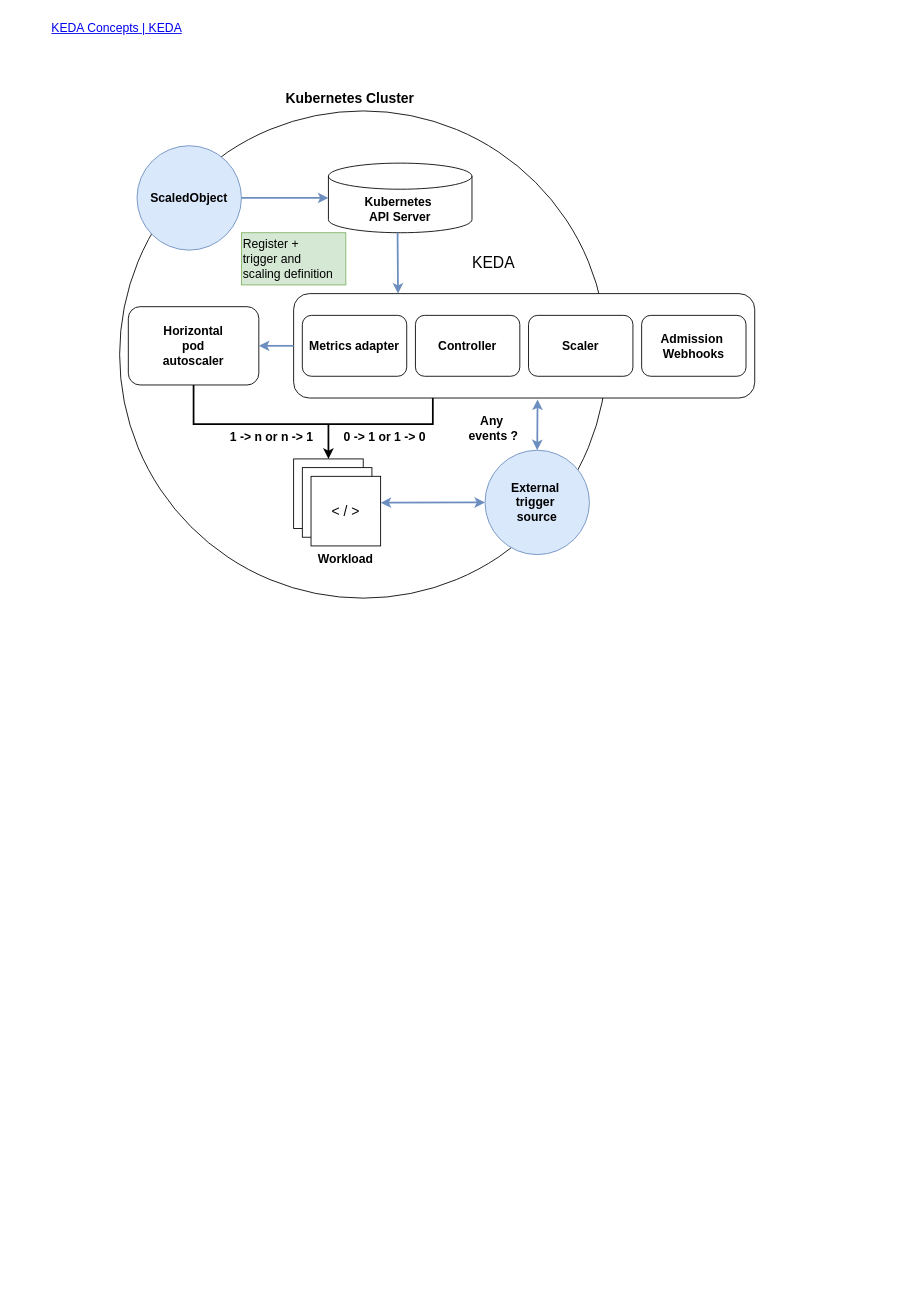
tyk1hc/drawio keeps this draw.io diagram as AKS/KubernetesEventDrivenAutoscaler.drawio. Above is the earlier version. Source tidied: cells renumbered, new cells numbered last; positions are measured from the earlier drawing's top-left corner, leaving out a move shared by most shapes. Both pictures are drawn from the tidied source at 87%, with x=0, y=0 at pixel (50, 15).
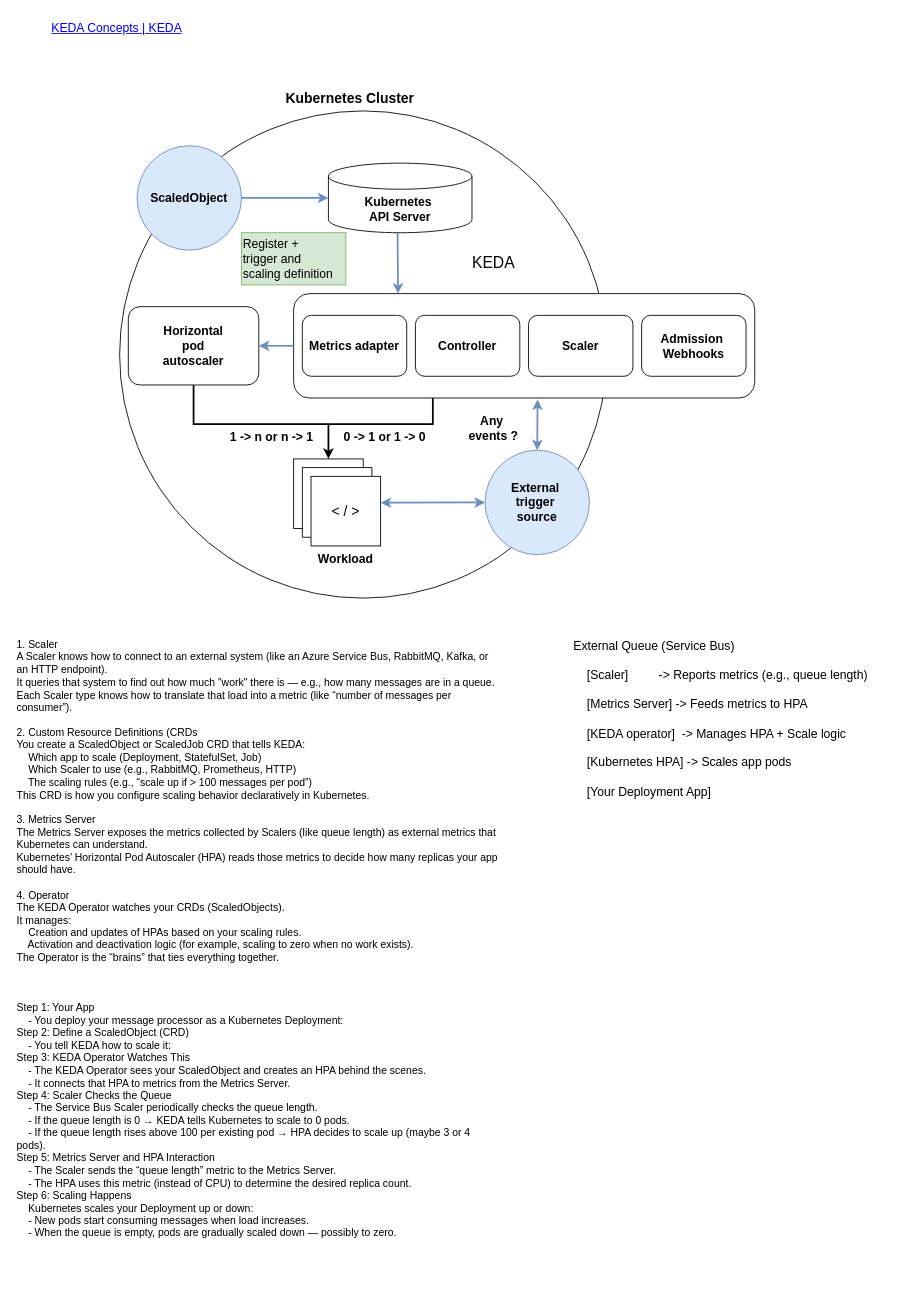
After the change.

Diff of the diagram source:
```diff
@@
+    <mxCell id="31" value="1. Scaler&#10;A Scaler knows how to connect to an external system (like an Azure Service Bus, RabbitMQ, Kafka, or an HTTP endpoint).&#10;It queries that system to find out how much &quot;work&quot; there is — e.g., how many messages are in a queue.&#10;Each Scaler type knows how to translate that load into a metric (like “number of messages per consumer”).&#10;&#10;2. Custom Resource Definitions (CRDs&#10;You create a ScaledObject or ScaledJob CRD that tells KEDA:&#10;    Which app to scale (Deployment, StatefulSet, Job)&#10;    Which Scaler to use (e.g., RabbitMQ, Prometheus, HTTP)&#10;    The scaling rules (e.g., “scale up if &gt; 100 messages per pod”)&#10;This CRD is how you configure scaling behavior declaratively in Kubernetes.&#10;&#10;3. Metrics Server&#10;The Metrics Server exposes the metrics collected by Scalers (like queue length) as external metrics that Kubernetes can understand.&#10;Kubernetes’ Horizontal Pod Autoscaler (HPA) reads those metrics to decide how many replicas your app should have.&#10;&#10;4. Operator&#10;The KEDA Operator watches your CRDs (ScaledObjects).&#10;It manages:&#10;    Creation and updates of HPAs based on your scaling rules.&#10;    Activation and deactivation logic (for example, scaling to zero when no work exists).&#10;The Operator is the “brains” that ties everything together.&#10;&#10;&#10;&#10;Step 1: Your App&#10;    - You deploy your message processor as a Kubernetes Deployment:&#10;Step 2: Define a ScaledObject (CRD)&#10;    - You tell KEDA how to scale it:&#10;Step 3: KEDA Operator Watches This&#10;    - The KEDA Operator sees your ScaledObject and creates an HPA behind the scenes.&#10;    - It connects that HPA to metrics from the Metrics Server.&#10;Step 4: Scaler Checks the Queue&#10;    - The Service Bus Scaler periodically checks the queue length.&#10;    - If the queue length is 0 → KEDA tells Kubernetes to scale to 0 pods.&#10;    - If the queue length rises above 100 per existing pod → HPA decides to scale up (maybe 3 or 4 pods).&#10;Step 5: Metrics Server and HPA Interaction&#10;    - The Scaler sends the “queue length” metric to the Metrics Server.&#10;    - The HPA uses this metric (instead of CPU) to determine the desired replica count.&#10;Step 6: Scaling Happens&#10;    Kubernetes scales your Deployment up or down:&#10;    - New pods start consuming messages when load increases.&#10;    - When the queue is empty, pods are gradually scaled down — possibly to zero." style="text;whiteSpace=wrap;" parent="1" vertex="1">
+      <mxGeometry x="-40" y="710" width="560" height="760" as="geometry" />
+    </mxCell>
+    <mxCell id="32" value="External Queue (Service Bus) &#10;    &#10;    [Scaler]         -&gt; Reports metrics (e.g., queue length)&#10;    &#10;    [Metrics Server] -&gt; Feeds metrics to HPA &#10;    &#10;    [KEDA operator]  -&gt; Manages HPA + Scale logic &#10;    &#10;    [Kubernetes HPA] -&gt; Scales app pods &#10;    &#10;    [Your Deployment App]" style="text;whiteSpace=wrap;fontSize=14;" parent="1" vertex="1">
+      <mxGeometry x="600" y="710" width="360" height="200" as="geometry" />
+    </mxCell>
```
